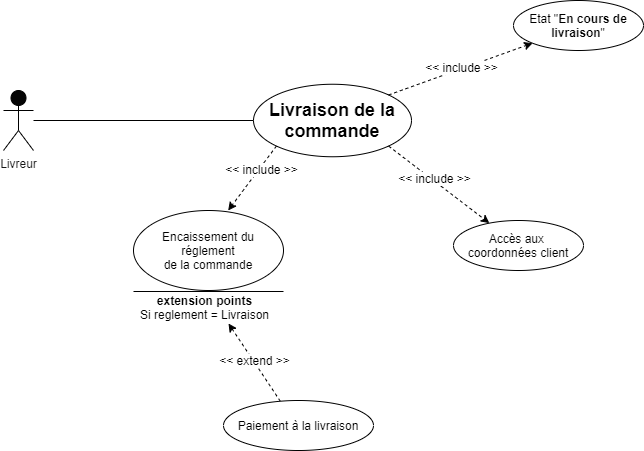
The draw.io diagram Diag_GestionDesCommandes/Livreur/usecase_GestionCommandes_LIV.png in Eidocode/OC_Project4, before a commit. Source tidied: cells renumbered, new cells last; positions are measured from the earlier drawing's top-left corner, leaving out a move shared by most shapes. Source of this version:
```xml
<mxGraphModel>
  <root>
    <mxCell id="0" />
    <mxCell id="1" parent="0" />
    <mxCell id="2" value="Livreur" style="shape=umlActor;verticalLabelPosition=bottom;labelBackgroundColor=#ffffff;verticalAlign=top;html=1;fillColor=#050505;fontSize=12;fontColor=#141414;align=center;" parent="1" vertex="1">
      <mxGeometry y="90" width="30" height="60" as="geometry" />
    </mxCell>
    <mxCell id="3" style="endArrow=none;html=1;fontSize=12;fontColor=#141414;entryX=0;entryY=0.5;entryDx=0;entryDy=0;" parent="1" edge="1" source="2" target="4">
      <mxGeometry relative="1" as="geometry" />
    </mxCell>
    <mxCell id="4" value="&lt;font style=&quot;font-size: 18px&quot;&gt;Livraison de la&lt;br&gt;commande&lt;br&gt;&lt;/font&gt;" style="ellipse;whiteSpace=wrap;html=1;fontStyle=1;" parent="1" vertex="1">
      <mxGeometry x="250" y="83.8" width="158" height="72.5" as="geometry" />
    </mxCell>
    <mxCell id="5" value="Etat &quot;&lt;b&gt;En cours de livraison&lt;/b&gt;&quot;" style="ellipse;whiteSpace=wrap;html=1;" parent="1" vertex="1">
      <mxGeometry x="510" width="130" height="50" as="geometry" />
    </mxCell>
    <mxCell id="6" style="endArrow=classic;dashed=1;html=1;entryX=0;entryY=1;entryDx=0;entryDy=0;exitX=1;exitY=0;exitDx=0;exitDy=0;startArrow=none;startFill=0;endFill=1;" parent="1" edge="1" source="4" target="5">
      <mxGeometry relative="1" as="geometry" />
    </mxCell>
    <mxCell id="7" value="&amp;lt;&amp;lt; include &amp;gt;&amp;gt;" style="text;html=1;align=center;verticalAlign=middle;labelBackgroundColor=#ffffff;" parent="6" vertex="1">
      <mxGeometry x="0.26" relative="1" as="geometry">
        <mxPoint x="-18" y="4.3" as="offset" />
      </mxGeometry>
    </mxCell>
    <mxCell id="8" style="endArrow=classic;dashed=1;html=1;startArrow=none;startFill=0;endFill=1;exitX=1;exitY=1;exitDx=0;exitDy=0;" parent="1" edge="1" source="4" target="10">
      <mxGeometry relative="1" as="geometry" />
    </mxCell>
    <mxCell id="9" value="&amp;lt;&amp;lt; include &amp;gt;&amp;gt;" style="text;html=1;align=center;verticalAlign=middle;labelBackgroundColor=#ffffff;" parent="8" vertex="1">
      <mxGeometry x="0.26" relative="1" as="geometry">
        <mxPoint x="-18.6" y="-16.6" as="offset" />
      </mxGeometry>
    </mxCell>
    <mxCell id="10" value="Accès aux &lt;br&gt;coordonnées client" style="ellipse;whiteSpace=wrap;html=1;" parent="1" vertex="1">
      <mxGeometry x="450" y="220" width="130" height="50" as="geometry" />
    </mxCell>
    <mxCell id="11" style="endArrow=classic;dashed=1;html=1;entryX=0.631;entryY=0;entryDx=0;entryDy=0;startArrow=none;startFill=0;endFill=1;exitX=0;exitY=1;exitDx=0;exitDy=0;entryPerimeter=0;" parent="1" edge="1" source="4" target="20">
      <mxGeometry relative="1" as="geometry" />
    </mxCell>
    <mxCell id="12" value="&amp;lt;&amp;lt; include &amp;gt;&amp;gt;" style="text;html=1;align=center;verticalAlign=middle;labelBackgroundColor=#ffffff;" parent="11" vertex="1">
      <mxGeometry x="0.26" relative="1" as="geometry">
        <mxPoint x="15.1" y="-18.3" as="offset" />
      </mxGeometry>
    </mxCell>
    <mxCell id="13" style="endArrow=none;dashed=1;html=1;startArrow=classic;startFill=1;endFill=0;exitX=0.668;exitY=1.033;exitDx=0;exitDy=0;exitPerimeter=0;entryX=0.38;entryY=0.02;entryDx=0;entryDy=0;entryPerimeter=0;" parent="1" edge="1" source="19" target="15">
      <mxGeometry relative="1" as="geometry" />
    </mxCell>
    <mxCell id="14" value="&amp;lt;&amp;lt; extend &amp;gt;&amp;gt;" style="text;html=1;align=center;verticalAlign=middle;labelBackgroundColor=#ffffff;" parent="13" vertex="1">
      <mxGeometry x="0.26" relative="1" as="geometry">
        <mxPoint x="-7.7" y="-12.2" as="offset" />
      </mxGeometry>
    </mxCell>
    <mxCell id="15" value="Paiement à la livraison" style="ellipse;whiteSpace=wrap;html=1;" parent="1" vertex="1">
      <mxGeometry x="220" y="400" width="150" height="50" as="geometry" />
    </mxCell>
    <mxCell id="16" style="group;" parent="1" vertex="1">
      <mxGeometry x="130" y="230" width="160" height="92" as="geometry" />
    </mxCell>
    <mxCell id="17" style="group;" parent="16" vertex="1">
      <mxGeometry y="60" width="150" height="32" as="geometry" />
    </mxCell>
    <mxCell id="18" style="line;strokeWidth=1;fillColor=none;align=left;verticalAlign=middle;spacingTop=-1;spacingLeft=3;spacingRight=3;labelPosition=right;" parent="17" vertex="1">
      <mxGeometry width="150" height="2" as="geometry" />
    </mxCell>
    <mxCell id="19" value="&lt;font style=&quot;font-size: 12px&quot;&gt;&lt;b&gt;extension points&lt;/b&gt;&lt;br&gt;Si reglement = Livraison&lt;/font&gt;" style="text;html=1;align=center;verticalAlign=middle;points=[];" parent="17" vertex="1">
      <mxGeometry x="1.5" y="2" width="140" height="30" as="geometry" />
    </mxCell>
    <mxCell id="20" value="Encaissement du réglement&lt;br&gt;de la commande" style="ellipse;whiteSpace=wrap;html=1;" parent="1" vertex="1">
      <mxGeometry x="130" y="210" width="150" height="80" as="geometry" />
    </mxCell>
  </root>
</mxGraphModel>
```
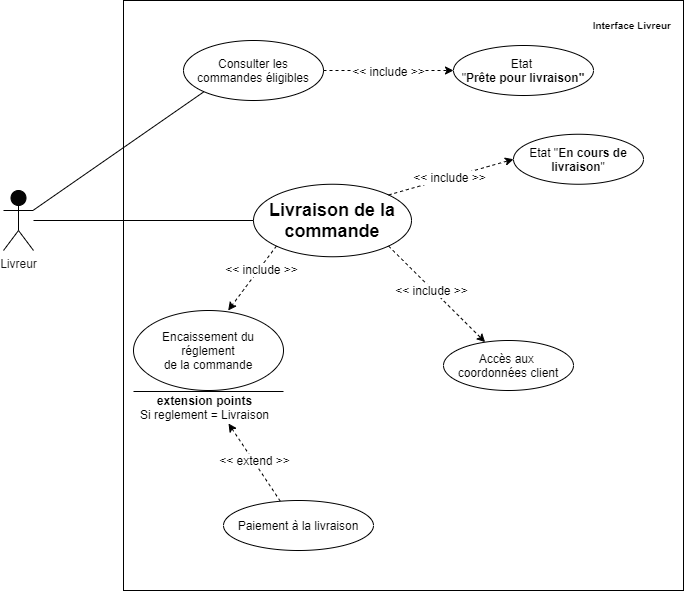
The same file after the commit.

Commit message:
Add diagrams Feedback Sprint3

Change to the diagram source:
```diff
@@ -2,6 +2,9 @@
   <root>
     <mxCell id="0" />
     <mxCell id="1" parent="0" />
+    <mxCell id="21" value="&lt;p style=&quot;font-size: 10px;&quot;&gt;&lt;font style=&quot;font-size: 10px; line-height: 110%;&quot;&gt;&lt;span style=&quot;font-size: 10px;&quot;&gt;Interface Livreur&lt;/span&gt;&lt;/font&gt;&lt;/p&gt;" style="html=1;shadow=0;fillColor=none;align=right;verticalAlign=top;horizontal=1;fontStyle=1;spacingLeft=0;spacingRight=8;spacing=5;spacingTop=0;fontSize=10;" parent="1" vertex="1">
+      <mxGeometry x="120" y="-100" width="560" height="590" as="geometry" />
+    </mxCell>
     <mxCell id="2" value="Livreur" style="shape=umlActor;verticalLabelPosition=bottom;labelBackgroundColor=#ffffff;verticalAlign=top;html=1;fillColor=#050505;fontSize=12;fontColor=#141414;align=center;" parent="1" vertex="1">
       <mxGeometry y="90" width="30" height="60" as="geometry" />
     </mxCell>
@@ -12,9 +15,9 @@
       <mxGeometry x="250" y="83.8" width="158" height="72.5" as="geometry" />
     </mxCell>
     <mxCell id="5" value="Etat &quot;&lt;b&gt;En cours de livraison&lt;/b&gt;&quot;" style="ellipse;whiteSpace=wrap;html=1;" parent="1" vertex="1">
-      <mxGeometry x="510" width="130" height="50" as="geometry" />
+      <mxGeometry x="510" y="33.8" width="130" height="50" as="geometry" />
     </mxCell>
-    <mxCell id="6" style="endArrow=classic;dashed=1;html=1;entryX=0;entryY=1;entryDx=0;entryDy=0;exitX=1;exitY=0;exitDx=0;exitDy=0;startArrow=none;startFill=0;endFill=1;" parent="1" edge="1" source="4" target="5">
+    <mxCell id="6" style="endArrow=classic;dashed=1;html=1;exitX=1;exitY=0;exitDx=0;exitDy=0;startArrow=none;startFill=0;endFill=1;entryX=0;entryY=0.5;entryDx=0;entryDy=0;" parent="1" edge="1" source="4" target="5">
       <mxGeometry relative="1" as="geometry" />
     </mxCell>
     <mxCell id="7" value="&amp;lt;&amp;lt; include &amp;gt;&amp;gt;" style="text;html=1;align=center;verticalAlign=middle;labelBackgroundColor=#ffffff;" parent="6" vertex="1">
@@ -31,7 +34,7 @@
       </mxGeometry>
     </mxCell>
     <mxCell id="10" value="Accès aux &lt;br&gt;coordonnées client" style="ellipse;whiteSpace=wrap;html=1;" parent="1" vertex="1">
-      <mxGeometry x="450" y="220" width="130" height="50" as="geometry" />
+      <mxGeometry x="440" y="240" width="130" height="50" as="geometry" />
     </mxCell>
     <mxCell id="11" style="endArrow=classic;dashed=1;html=1;entryX=0.631;entryY=0;entryDx=0;entryDy=0;startArrow=none;startFill=0;endFill=1;exitX=0;exitY=1;exitDx=0;exitDy=0;entryPerimeter=0;" parent="1" edge="1" source="4" target="20">
       <mxGeometry relative="1" as="geometry" />
@@ -67,5 +70,22 @@
     <mxCell id="20" value="Encaissement du réglement&lt;br&gt;de la commande" style="ellipse;whiteSpace=wrap;html=1;" parent="1" vertex="1">
       <mxGeometry x="130" y="210" width="150" height="80" as="geometry" />
     </mxCell>
+    <mxCell id="22" value="Consulter les commandes éligibles" style="ellipse;whiteSpace=wrap;html=1;shadow=0;" parent="1" vertex="1">
+      <mxGeometry x="180" y="-60" width="140" height="60" as="geometry" />
+    </mxCell>
+    <mxCell id="23" style="endArrow=none;html=1;fontSize=12;fontColor=#141414;entryX=0;entryY=1;entryDx=0;entryDy=0;" parent="1" edge="1" source="2" target="22">
+      <mxGeometry relative="1" as="geometry" />
+    </mxCell>
+    <mxCell id="24" value="Etat &lt;br&gt;&quot;&lt;b&gt;Prête pour livraison&quot;&lt;br&gt;&lt;/b&gt;" style="ellipse;whiteSpace=wrap;html=1;" parent="1" vertex="1">
+      <mxGeometry x="450" y="-55" width="140" height="50" as="geometry" />
+    </mxCell>
+    <mxCell id="25" style="endArrow=classic;dashed=1;html=1;startArrow=none;startFill=0;endFill=1;entryX=0;entryY=0.5;entryDx=0;entryDy=0;exitX=1;exitY=0.5;exitDx=0;exitDy=0;" parent="1" edge="1" source="22" target="24">
+      <mxGeometry relative="1" as="geometry" />
+    </mxCell>
+    <mxCell id="26" value="&amp;lt;&amp;lt; include &amp;gt;&amp;gt;" style="text;html=1;align=center;verticalAlign=middle;labelBackgroundColor=#ffffff;" parent="25" vertex="1">
+      <mxGeometry x="0.26" relative="1" as="geometry">
+        <mxPoint x="-18" as="offset" />
+      </mxGeometry>
+    </mxCell>
   </root>
 </mxGraphModel>
```
